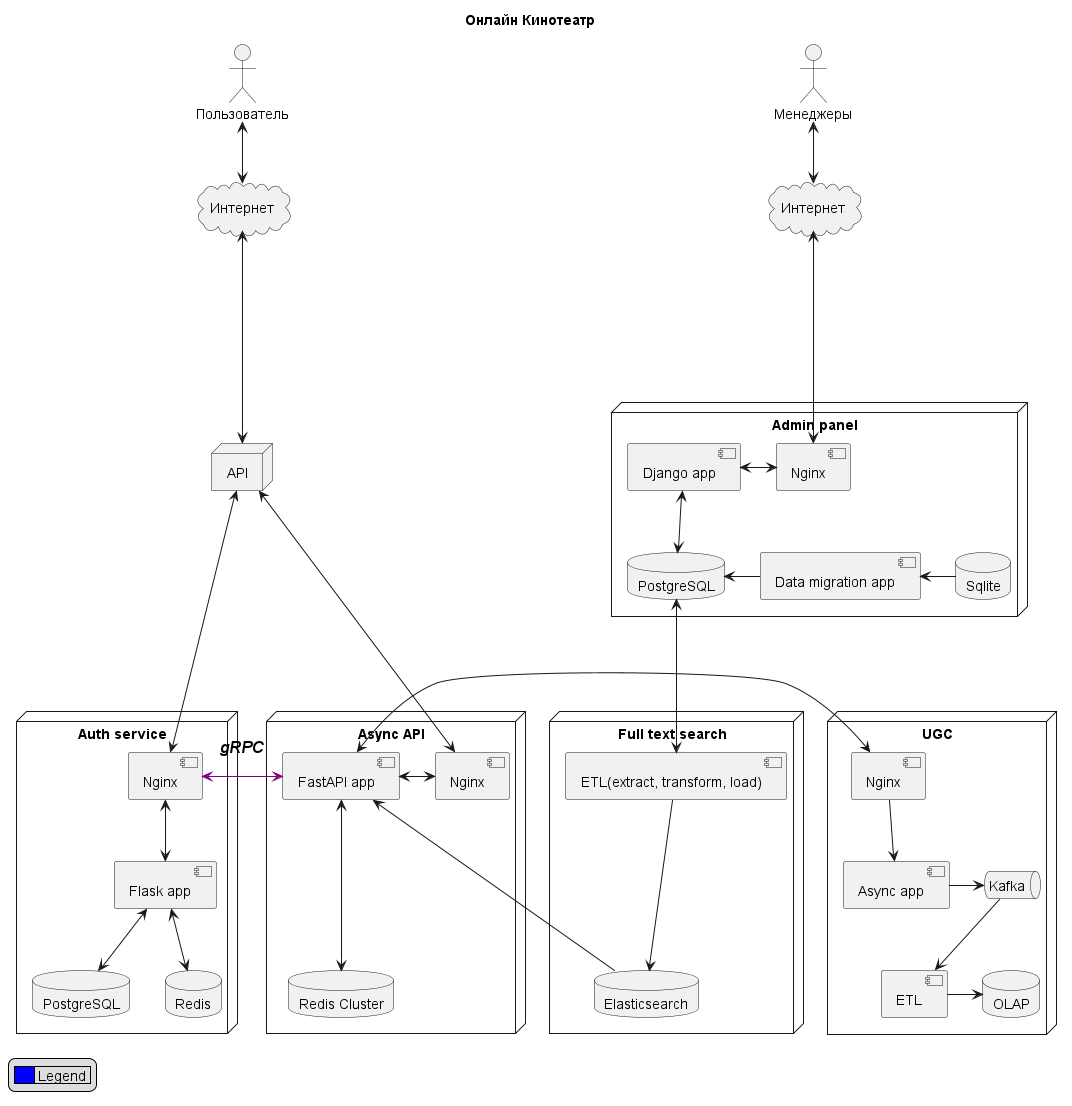
Above: diagram/diagram.png in Natrezzim/ugc_sprint_1 (PlantUML), before the change.
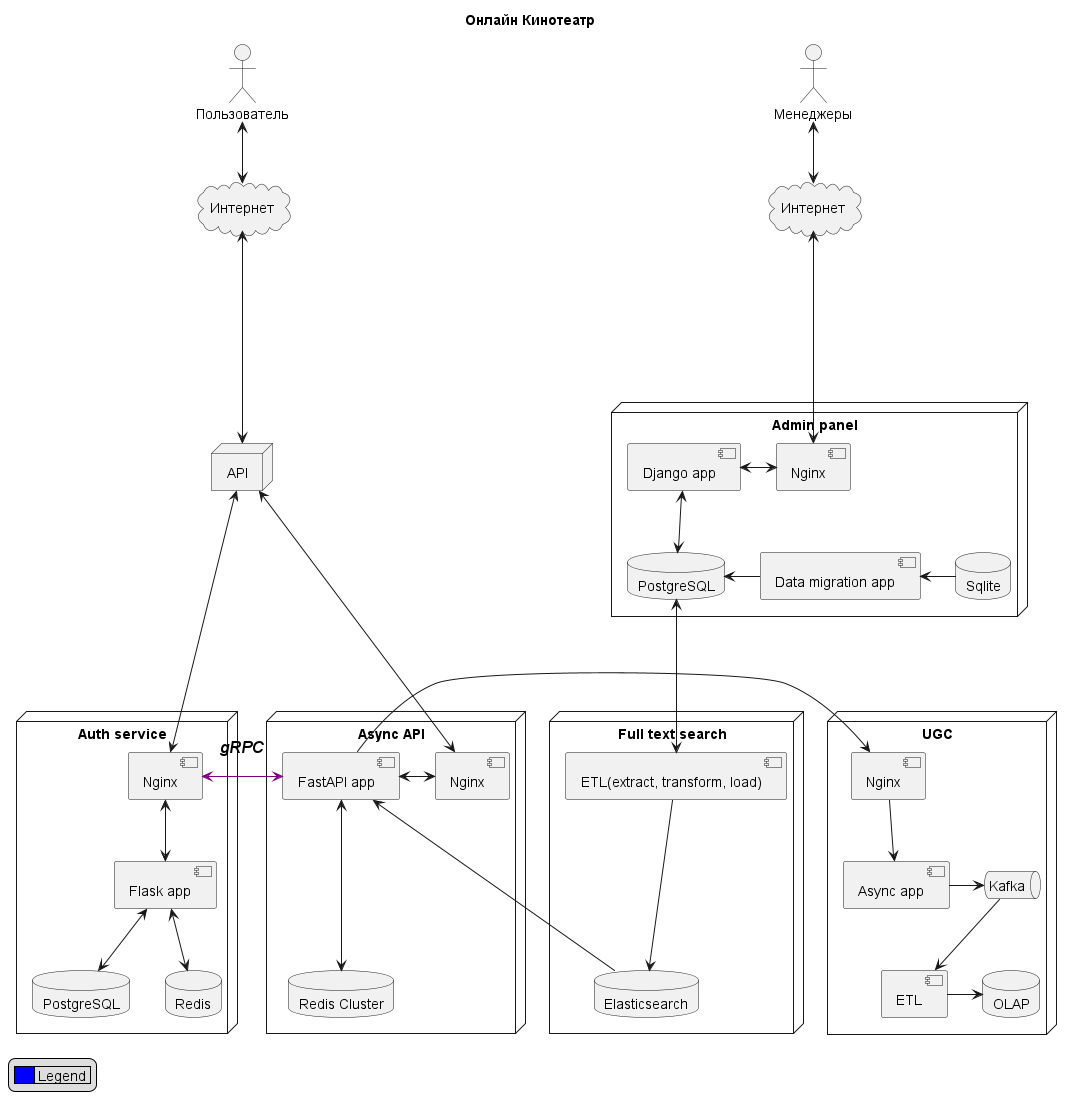
Later version of the same file.

Commit message:
Исправление диаграммы

Diff of the diagram source:
```diff
@@ -66,7 +66,7 @@
 internet <----> api
 api <----> auth_nginx
 api <----> asyncapi_nginx
-ugc_nginx <-> asyncapi_app
+ugc_nginx <- asyncapi_app
 auth_nginx <-[#800080]> asyncapi_app : <size:16><i><b>gRPC</b></i></size>\n
 
 ap_db_pg <---> fts_etl
```
